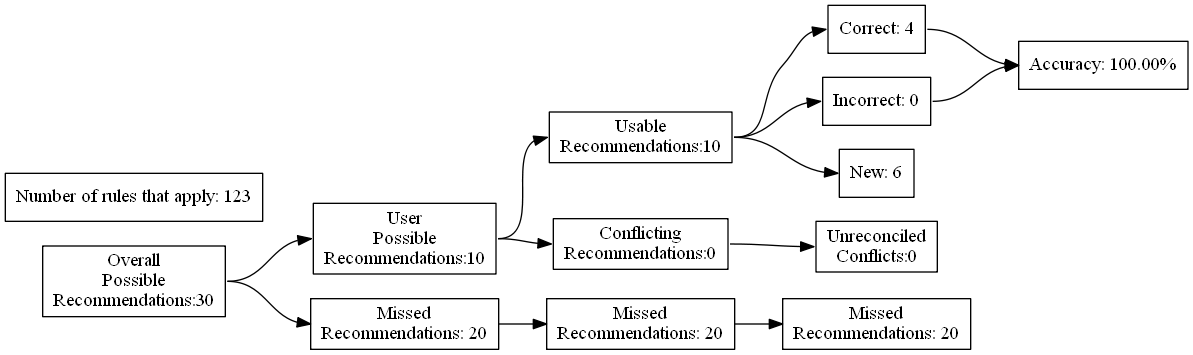
Before: test_renders/13.gv.png, a diagram exported from Graphviz (ZaxR/ibd_diet_analysis). Its source is kept beside it as test_renders/13.gv. Source of this version:
```dot
digraph {
	graph [rankdir=LR]
	node [pos=r shape=box]
	edge [headport=w tailport=e]
		A [label="Overall
Possible
Recommendations:30"]
		B [label="User
Possible
Recommendations:10"]
		C [label="Missed
Recommendations: 20"]
		D [label="Usable
Recommendations:10"]
		E [label="Conflicting
Recommendations:0"]
		J [label="Missed
Recommendations: 20"]
		M [label="Unreconciled
Conflicts:0"]
		F [label="Correct: 4"]
		G [label="Incorrect: 0"]
		H [label="New: 6"]
		K [label="Missed
Recommendations: 20"]
		I [label="Accuracy: 100.00%"]
		l [label="Number of rules that apply: 123"]
			A -> B
			A -> C
			B -> D
			B -> E
			D -> F
			D -> G
			D -> H
			F -> I
			G -> I
			C -> J
			J -> K
			E -> M
}
```
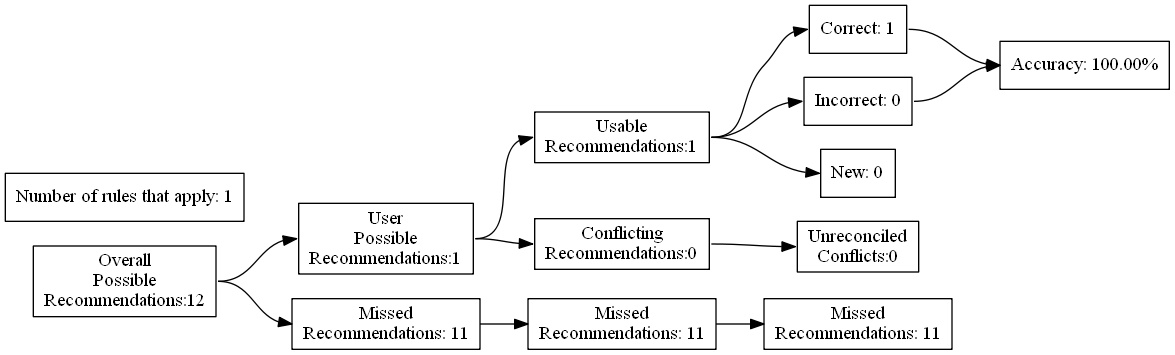
The same file after the commit.

Diff of the diagram source:
```diff
@@ -4,27 +4,27 @@
 	edge [headport=w tailport=e]
 		A [label="Overall
 Possible
-Recommendations:30"]
+Recommendations:12"]
 		B [label="User
 Possible
-Recommendations:10"]
+Recommendations:1"]
 		C [label="Missed
-Recommendations: 20"]
+Recommendations: 11"]
 		D [label="Usable
-Recommendations:10"]
+Recommendations:1"]
 		E [label="Conflicting
 Recommendations:0"]
 		J [label="Missed
-Recommendations: 20"]
+Recommendations: 11"]
 		M [label="Unreconciled
 Conflicts:0"]
-		F [label="Correct: 4"]
+		F [label="Correct: 1"]
 		G [label="Incorrect: 0"]
-		H [label="New: 6"]
+		H [label="New: 0"]
 		K [label="Missed
-Recommendations: 20"]
+Recommendations: 11"]
 		I [label="Accuracy: 100.00%"]
-		l [label="Number of rules that apply: 123"]
+		l [label="Number of rules that apply: 1"]
 			A -> B
 			A -> C
 			B -> D
```
